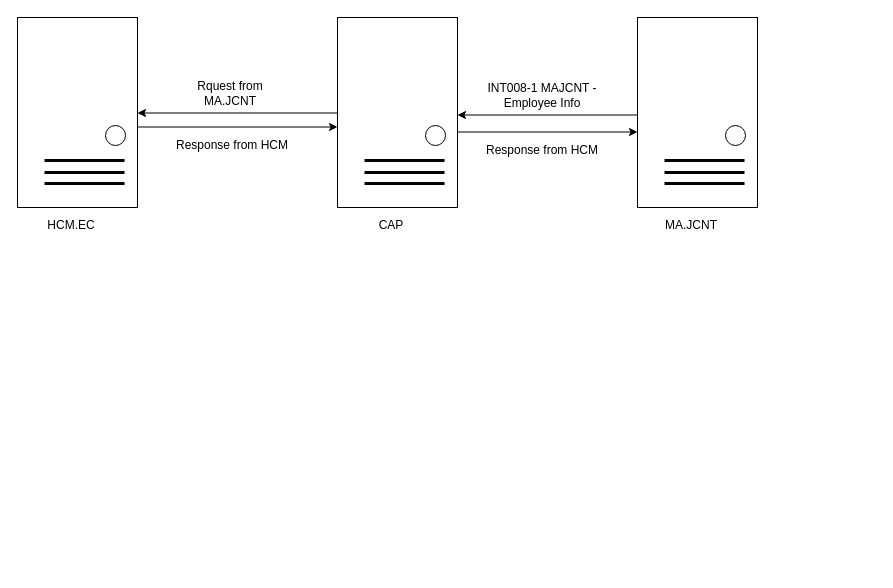
This is page "MAJCNT" (5 of 10) of Untitled Diagram.drawio from wsxad234/flowchart, a draw.io file, before an edit. Source tidied: cells renumbered, new cells numbered last; positions are measured from the earlier drawing's top-left corner, leaving out a move shared by most shapes. Both pictures are drawn from the tidied source at 100%, with x=0, y=0 at pixel (17, 17).
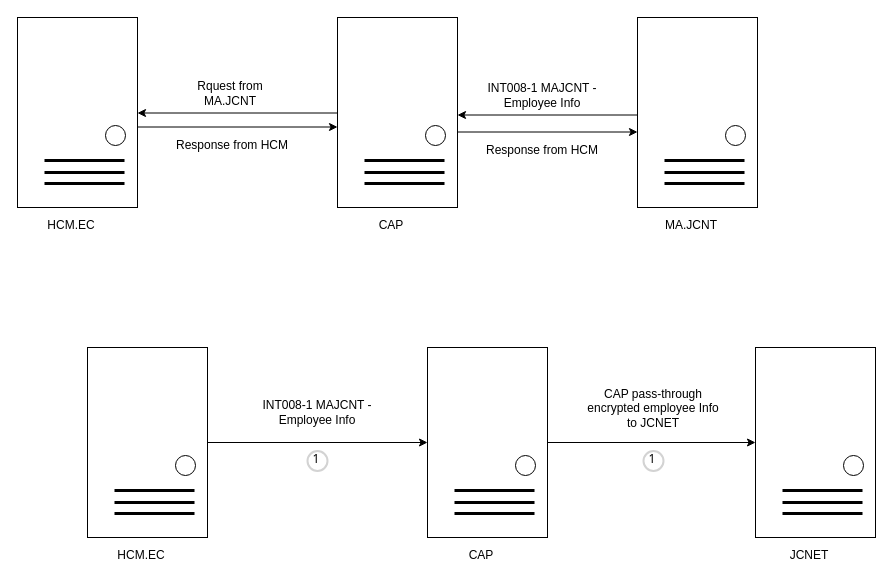
The same page after the edit.

Diff of the diagram source:
```diff
@@
+    <mxCell id="28" style="edgeStyle=orthogonalEdgeStyle;rounded=0;jettySize=auto;html=1;entryX=0;entryY=0.5;entryDx=0;entryDy=0;" parent="1" edge="1" source="29" target="43">
+      <mxGeometry relative="1" as="geometry" />
+    </mxCell>
+    <mxCell id="29" style="rounded=0;whiteSpace=wrap;html=1;" parent="1" vertex="1">
+      <mxGeometry x="70" y="330" width="120" height="190" as="geometry" />
+    </mxCell>
+    <mxCell id="30" style="ellipse;whiteSpace=wrap;html=1;direction=south;" parent="1" vertex="1">
+      <mxGeometry x="158" y="438" width="20" height="20" as="geometry" />
+    </mxCell>
+    <mxCell id="31" value="HCM.EC" style="text;html=1;strokeColor=none;fillColor=none;align=center;verticalAlign=middle;whiteSpace=wrap;rounded=0;" parent="1" vertex="1">
+      <mxGeometry x="94" y="523" width="60" height="30" as="geometry" />
+    </mxCell>
+    <mxCell id="32" style="endArrow=none;html=1;rounded=0;align=center;strokeWidth=3;" parent="1" edge="1">
+      <mxGeometry relative="1" as="geometry">
+        <mxPoint x="97" y="473" as="sourcePoint" />
+        <mxPoint x="177" y="473" as="targetPoint" />
+      </mxGeometry>
+    </mxCell>
+    <mxCell id="33" style="endArrow=none;html=1;rounded=0;align=center;strokeWidth=3;" parent="1" edge="1">
+      <mxGeometry relative="1" as="geometry">
+        <mxPoint x="97" y="485" as="sourcePoint" />
+        <mxPoint x="177" y="485" as="targetPoint" />
+      </mxGeometry>
+    </mxCell>
+    <mxCell id="34" style="endArrow=none;html=1;rounded=0;align=center;strokeWidth=3;" parent="1" edge="1">
+      <mxGeometry relative="1" as="geometry">
+        <mxPoint x="97" y="496" as="sourcePoint" />
+        <mxPoint x="177" y="496" as="targetPoint" />
+      </mxGeometry>
+    </mxCell>
+    <mxCell id="35" style="rounded=0;whiteSpace=wrap;html=1;" parent="1" vertex="1">
+      <mxGeometry x="738" y="330" width="120" height="190" as="geometry" />
+    </mxCell>
+    <mxCell id="36" style="ellipse;whiteSpace=wrap;html=1;direction=south;" parent="1" vertex="1">
+      <mxGeometry x="826" y="438" width="20" height="20" as="geometry" />
+    </mxCell>
+    <mxCell id="37" value="JCNET" style="text;html=1;strokeColor=none;fillColor=none;align=center;verticalAlign=middle;whiteSpace=wrap;rounded=0;" parent="1" vertex="1">
+      <mxGeometry x="762" y="523" width="60" height="30" as="geometry" />
+    </mxCell>
+    <mxCell id="38" style="endArrow=none;html=1;rounded=0;align=center;strokeWidth=3;" parent="1" edge="1">
+      <mxGeometry relative="1" as="geometry">
+        <mxPoint x="765" y="473" as="sourcePoint" />
+        <mxPoint x="845" y="473" as="targetPoint" />
+      </mxGeometry>
+    </mxCell>
+    <mxCell id="39" style="endArrow=none;html=1;rounded=0;align=center;strokeWidth=3;" parent="1" edge="1">
+      <mxGeometry relative="1" as="geometry">
+        <mxPoint x="765" y="485" as="sourcePoint" />
+        <mxPoint x="845" y="485" as="targetPoint" />
+      </mxGeometry>
+    </mxCell>
+    <mxCell id="40" style="endArrow=none;html=1;rounded=0;align=center;strokeWidth=3;" parent="1" edge="1">
+      <mxGeometry relative="1" as="geometry">
+        <mxPoint x="765" y="496" as="sourcePoint" />
+        <mxPoint x="845" y="496" as="targetPoint" />
+      </mxGeometry>
+    </mxCell>
+    <mxCell id="41" value="1" style="ellipse;whiteSpace=wrap;html=1;strokeWidth=2;fontFamily=Tahoma;spacingBottom=4;spacingRight=2;strokeColor=#d3d3d3;" parent="1" vertex="1">
+      <mxGeometry x="290" y="433.5" width="20" height="20" as="geometry" />
+    </mxCell>
+    <mxCell id="42" style="edgeStyle=orthogonalEdgeStyle;rounded=0;jettySize=auto;html=1;entryX=0;entryY=0.5;entryDx=0;entryDy=0;" parent="1" edge="1" source="43" target="35">
+      <mxGeometry relative="1" as="geometry" />
+    </mxCell>
+    <mxCell id="43" style="rounded=0;whiteSpace=wrap;html=1;" parent="1" vertex="1">
+      <mxGeometry x="410" y="330" width="120" height="190" as="geometry" />
+    </mxCell>
+    <mxCell id="44" style="ellipse;whiteSpace=wrap;html=1;direction=south;" parent="1" vertex="1">
+      <mxGeometry x="498" y="438" width="20" height="20" as="geometry" />
+    </mxCell>
+    <mxCell id="45" value="CAP" style="text;html=1;strokeColor=none;fillColor=none;align=center;verticalAlign=middle;whiteSpace=wrap;rounded=0;" parent="1" vertex="1">
+      <mxGeometry x="434" y="523" width="60" height="30" as="geometry" />
+    </mxCell>
+    <mxCell id="46" style="endArrow=none;html=1;rounded=0;align=center;strokeWidth=3;" parent="1" edge="1">
+      <mxGeometry relative="1" as="geometry">
+        <mxPoint x="437" y="473" as="sourcePoint" />
+        <mxPoint x="517" y="473" as="targetPoint" />
+      </mxGeometry>
+    </mxCell>
+    <mxCell id="47" style="endArrow=none;html=1;rounded=0;align=center;strokeWidth=3;" parent="1" edge="1">
+      <mxGeometry relative="1" as="geometry">
+        <mxPoint x="437" y="485" as="sourcePoint" />
+        <mxPoint x="517" y="485" as="targetPoint" />
+      </mxGeometry>
+    </mxCell>
+    <mxCell id="48" style="endArrow=none;html=1;rounded=0;align=center;strokeWidth=3;" parent="1" edge="1">
+      <mxGeometry relative="1" as="geometry">
+        <mxPoint x="437" y="496" as="sourcePoint" />
+        <mxPoint x="517" y="496" as="targetPoint" />
+      </mxGeometry>
+    </mxCell>
+    <mxCell id="49" value="CAP pass-through encrypted employee Info to JCNET" style="text;html=1;strokeColor=none;fillColor=none;align=center;verticalAlign=middle;whiteSpace=wrap;rounded=0;" parent="1" vertex="1">
+      <mxGeometry x="564" y="343.5" width="144" height="94.5" as="geometry" />
+    </mxCell>
+    <mxCell id="50" value="1" style="ellipse;whiteSpace=wrap;html=1;strokeWidth=2;fontFamily=Tahoma;spacingBottom=4;spacingRight=2;strokeColor=#d3d3d3;" parent="1" vertex="1">
+      <mxGeometry x="626" y="433.5" width="20" height="20" as="geometry" />
+    </mxCell>
+    <mxCell id="51" value="INT008-1 MAJCNT - Employee Info" style="text;html=1;strokeColor=none;fillColor=none;align=center;verticalAlign=middle;whiteSpace=wrap;rounded=0;" parent="1" vertex="1">
+      <mxGeometry x="225" y="380" width="150" height="30" as="geometry" />
+    </mxCell>
```
